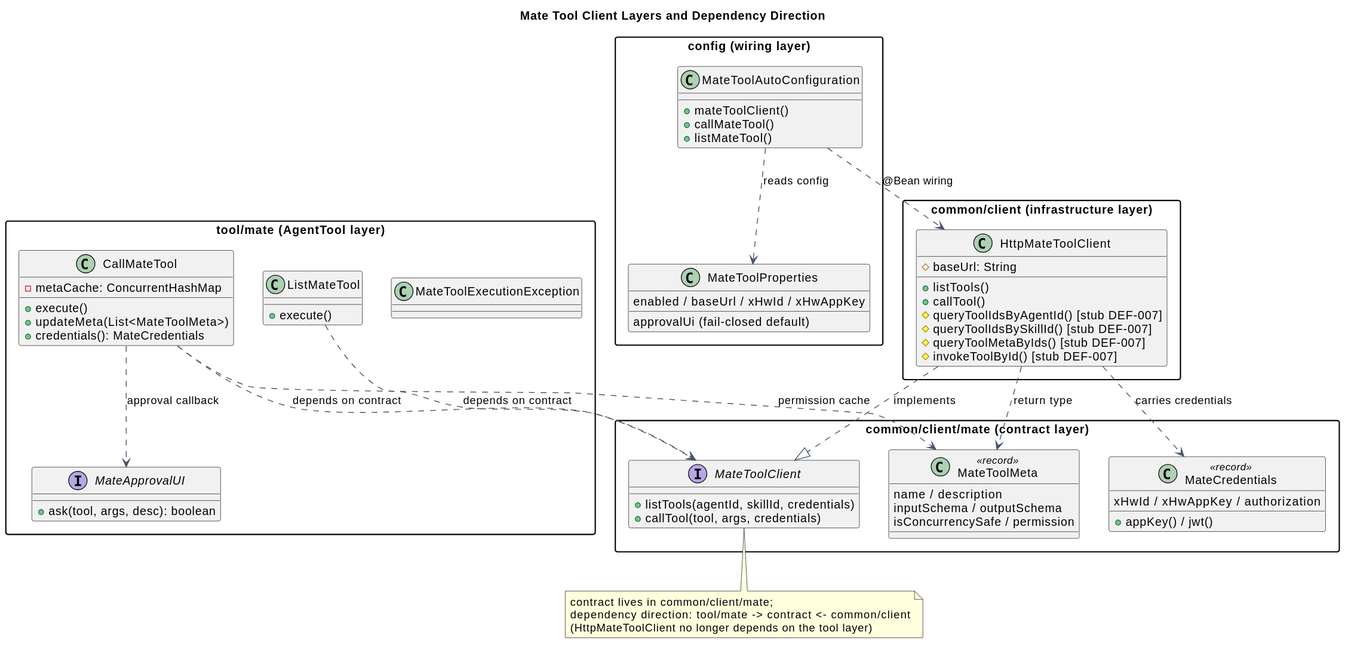
This is docs/designs/mate-tool-client/mate_tool_client_layers.svg from 2862282695gjh-afk/pi-mono-java, a PlantUML export, as it was before one commit.
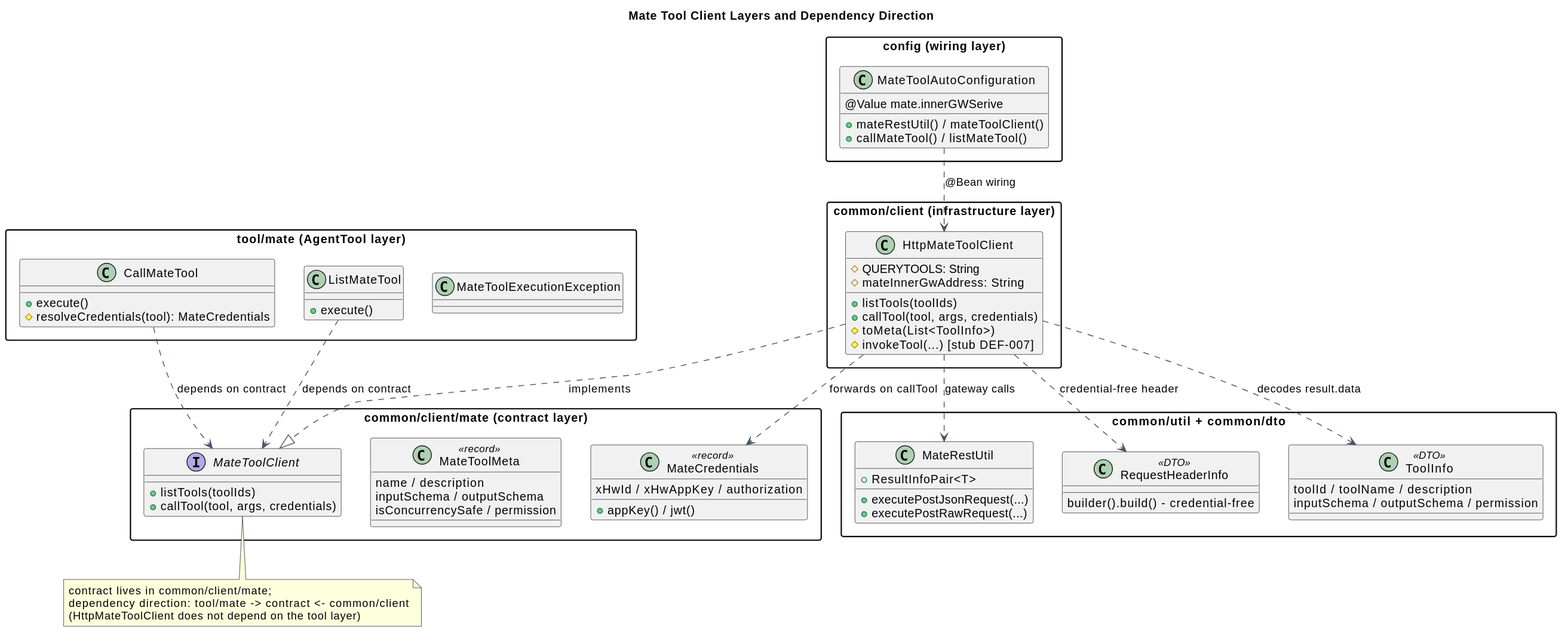
Later version of the same file.

The edit, as a diff of the source:
```diff
@@ -9,35 +9,29 @@
 
 package "tool/mate (AgentTool layer)" {
   class CallMateTool {
-    - metaCache: ConcurrentHashMap
     + execute()
-    + updateMeta(List<MateToolMeta>)
-    + credentials(): MateCredentials
+    # resolveCredentials(tool): MateCredentials
   }
   class ListMateTool {
     + execute()
-  }
-  interface MateApprovalUI {
-    + ask(tool, args, desc): boolean
   }
   class MateToolExecutionException
 }
 
 package "common/client (infrastructure layer)" {
   class HttpMateToolClient {
-    # baseUrl: String
-    + listTools()
-    + callTool()
-    # queryToolIdsByAgentId() [stub DEF-007]
-    # queryToolIdsBySkillId() [stub DEF-007]
-    # queryToolMetaByIds() [stub DEF-007]
-    # invokeToolById() [stub DEF-007]
+    # QUERYTOOLS: String
+    # mateInnerGwAddress: String
+    + listTools(toolIds)
+    + callTool(tool, args, credentials)
+    # toMeta(List<ToolInfo>)
+    # invokeTool(...) [stub DEF-007]
   }
 }
 
 package "common/client/mate (contract layer)" {
   interface MateToolClient {
-    + listTools(agentId, skillId, credentials)
+    + listTools(toolIds)
     + callTool(tool, args, credentials)
   }
   class MateToolMeta <<record>> {
@@ -51,31 +45,41 @@
   }
 }
 
+package "common/util + common/dto" {
+  class MateRestUtil {
+    + executePostJsonRequest(...)
+    + executePostRawRequest(...)
+    + ResultInfoPair<T>
+  }
+  class RequestHeaderInfo <<DTO>> {
+    builder().build() - credential-free
+  }
+  class ToolInfo <<DTO>> {
+    toolId / toolName / description
+    inputSchema / outputSchema / permission
+  }
+}
+
 package "config (wiring layer)" {
   class MateToolAutoConfiguration {
-    + mateToolClient()
-    + callMateTool()
-    + listMateTool()
-  }
-  class MateToolProperties {
-    enabled / baseUrl / xHwId / xHwAppKey
-    approvalUi (fail-closed default)
+    @Value mate.innerGWSerive
+    + mateRestUtil() / mateToolClient()
+    + callMateTool() / listMateTool()
   }
 }
 
 CallMateTool ..> MateToolClient : depends on contract
 ListMateTool ..> MateToolClient : depends on contract
 HttpMateToolClient ..|> MateToolClient : implements
-CallMateTool ..> MateApprovalUI : approval callback
-CallMateTool ..> MateToolMeta : permission cache
-HttpMateToolClient ..> MateToolMeta : return type
-HttpMateToolClient ..> MateCredentials : carries credentials
+HttpMateToolClient ..> MateRestUtil : gateway calls
+HttpMateToolClient ..> RequestHeaderInfo : credential-free header
+HttpMateToolClient ..> ToolInfo : decodes result.data
+HttpMateToolClient ..> MateCredentials : forwards on callTool
 MateToolAutoConfiguration ..> HttpMateToolClient : @Bean wiring
-MateToolAutoConfiguration ..> MateToolProperties : reads config
 
 note bottom of MateToolClient
   contract lives in common/client/mate;
   dependency direction: tool/mate -> contract <- common/client
-  (HttpMateToolClient no longer depends on the tool layer)
+  (HttpMateToolClient does not depend on the tool layer)
 end note
 @enduml
```
